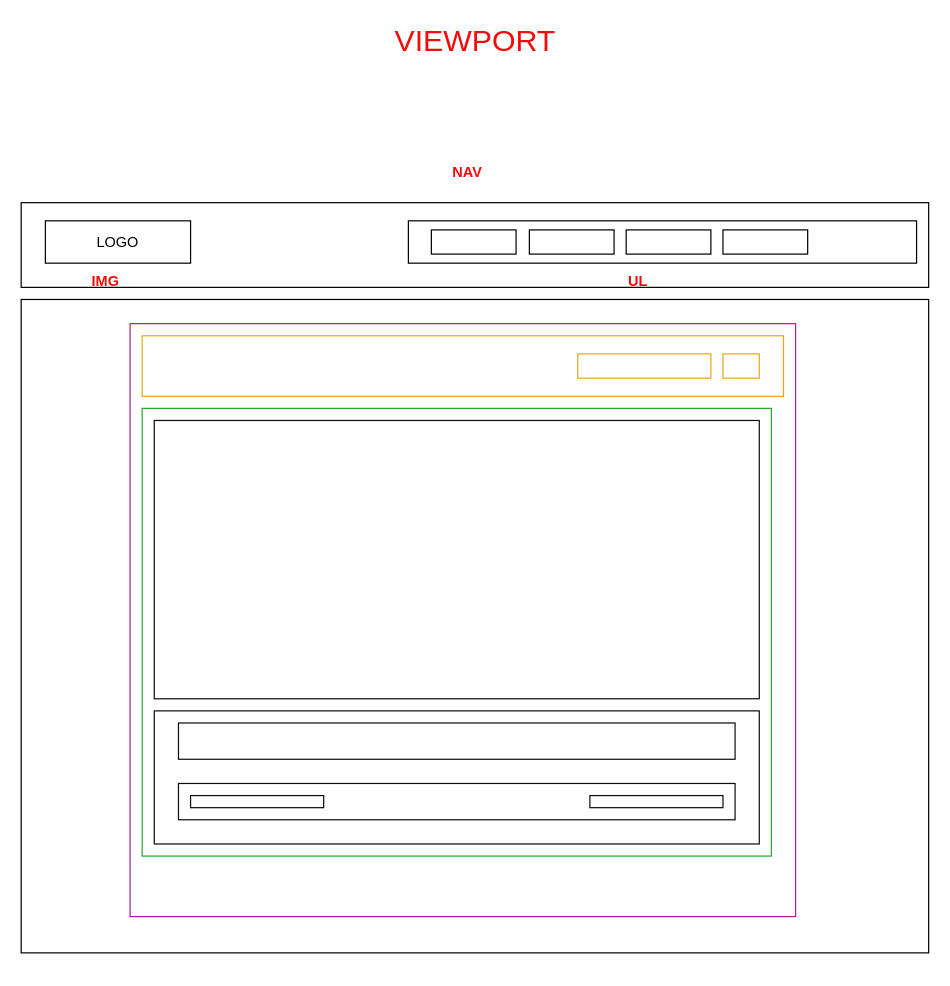
The draw.io diagram 01 HTML Y CSS/05 platzi demo/Diagrama sin título.drawio in ManGuevara/dw2023-1, before the edit. Source tidied: cells renumbered, new cells numbered last; positions are measured from the earlier drawing's top-left corner, leaving out a move shared by most shapes. Both pictures are drawn from the tidied source at 121%, with x=0, y=0 at pixel (21, 21).
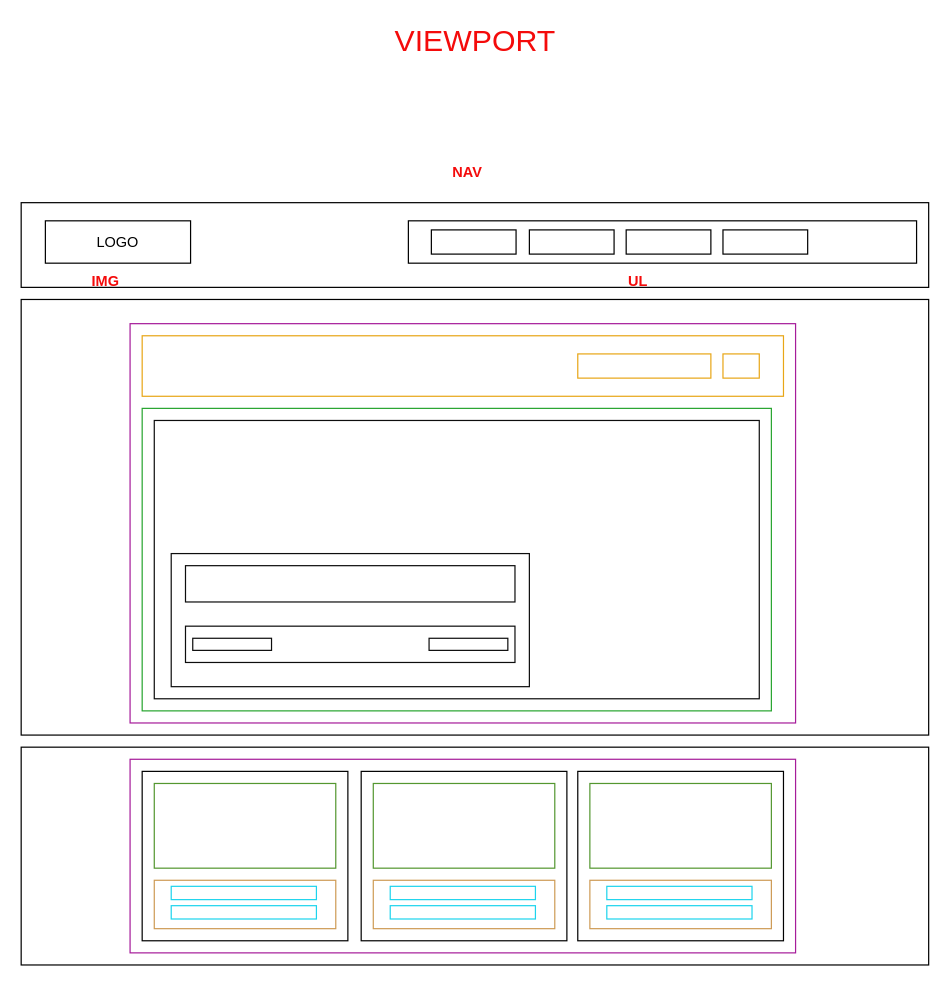
The same diagram, later.

The edit, as a diff of the source:
```diff
@@
     <mxCell id="13" style="rounded=0;whiteSpace=wrap;html=1;" parent="1" vertex="1">
-      <mxGeometry y="230" width="750" height="540" as="geometry" />
+      <mxGeometry y="230" width="750" height="360" as="geometry" />
     </mxCell>
     <mxCell id="14" style="rounded=0;whiteSpace=wrap;html=1;strokeColor=#a61c9a;" parent="1" vertex="1">
-      <mxGeometry x="90" y="250" width="550" height="490" as="geometry" />
+      <mxGeometry x="90" y="250" width="550" height="330" as="geometry" />
     </mxCell>
@@
     <mxCell id="18" style="rounded=0;whiteSpace=wrap;html=1;strokeColor=#27a52f;" parent="1" vertex="1">
-      <mxGeometry x="100" y="320" width="520" height="370" as="geometry" />
+      <mxGeometry x="100" y="320" width="520" height="250" as="geometry" />
     </mxCell>
@@
+    <mxCell id="26" style="group;" parent="1" vertex="1">
+      <mxGeometry x="124" y="440" width="296" height="110" as="geometry" />
+    </mxCell>
-    <mxCell id="20" style="group;" parent="1" vertex="1">
-      <mxGeometry x="110" y="570" width="500" height="110" as="geometry" />
+    <mxCell id="20" style="group;" parent="26" vertex="1">
+      <mxGeometry width="296" height="110" as="geometry" />
     </mxCell>
     <mxCell id="21" style="rounded=0;whiteSpace=wrap;html=1;strokeColor=#0d0d0d;" parent="20" vertex="1">
-      <mxGeometry width="500" height="110" as="geometry" />
+      <mxGeometry width="296" height="110" as="geometry" />
     </mxCell>
     <mxCell id="22" style="rounded=0;whiteSpace=wrap;html=1;strokeColor=#0d0d0d;" parent="20" vertex="1">
-      <mxGeometry x="20" y="10" width="460" height="30" as="geometry" />
+      <mxGeometry x="11.8" y="10" width="272.3" height="30" as="geometry" />
     </mxCell>
     <mxCell id="23" style="rounded=0;whiteSpace=wrap;html=1;strokeColor=#0d0d0d;" parent="20" vertex="1">
-      <mxGeometry x="20" y="60" width="460" height="30" as="geometry" />
+      <mxGeometry x="11.8" y="60" width="272.3" height="30" as="geometry" />
     </mxCell>
     <mxCell id="24" style="rounded=0;whiteSpace=wrap;html=1;strokeColor=#0d0d0d;" parent="20" vertex="1">
-      <mxGeometry x="360" y="70" width="110" height="10" as="geometry" />
+      <mxGeometry x="213.1" y="70" width="65.1" height="10" as="geometry" />
     </mxCell>
-    <mxCell id="25" style="rounded=0;whiteSpace=wrap;html=1;strokeColor=#0d0d0d;" parent="1" vertex="1">
-      <mxGeometry x="140" y="640" width="110" height="10" as="geometry" />
+    <mxCell id="25" style="rounded=0;whiteSpace=wrap;html=1;strokeColor=#0d0d0d;" parent="26" vertex="1">
+      <mxGeometry x="17.8" y="70" width="65.1" height="10" as="geometry" />
     </mxCell>
+    <mxCell id="27" style="rounded=0;whiteSpace=wrap;html=1;" parent="1" vertex="1">
+      <mxGeometry y="600" width="750" height="180" as="geometry" />
+    </mxCell>
+    <mxCell id="28" style="rounded=0;whiteSpace=wrap;html=1;strokeColor=#a61c9a;" parent="1" vertex="1">
+      <mxGeometry x="90" y="610" width="550" height="160" as="geometry" />
+    </mxCell>
+    <mxCell id="29" style="group;" parent="1" vertex="1">
+      <mxGeometry x="100" y="620" width="170" height="140" as="geometry" />
+    </mxCell>
+    <mxCell id="30" style="group;" parent="29" vertex="1">
+      <mxGeometry width="170" height="140" as="geometry" />
+    </mxCell>
+    <mxCell id="31" style="rounded=0;whiteSpace=wrap;html=1;" parent="30" vertex="1">
+      <mxGeometry width="170" height="140" as="geometry" />
+    </mxCell>
+    <mxCell id="32" style="rounded=0;whiteSpace=wrap;html=1;strokeColor=#549730;" parent="30" vertex="1">
+      <mxGeometry x="10" y="10" width="150" height="70" as="geometry" />
+    </mxCell>
+    <mxCell id="33" style="rounded=0;whiteSpace=wrap;html=1;strokeColor=#ce9b55;" parent="30" vertex="1">
+      <mxGeometry x="10" y="90" width="150" height="40" as="geometry" />
+    </mxCell>
+    <mxCell id="34" style="rounded=0;whiteSpace=wrap;html=1;strokeColor=#1dd4ed;" parent="30" vertex="1">
+      <mxGeometry x="24" y="95" width="120" height="11" as="geometry" />
+    </mxCell>
+    <mxCell id="35" style="rounded=0;whiteSpace=wrap;html=1;strokeColor=#1dd4ed;" parent="30" vertex="1">
+      <mxGeometry x="24" y="111" width="120" height="11" as="geometry" />
+    </mxCell>
+    <mxCell id="36" style="group;" parent="1" vertex="1">
+      <mxGeometry x="281" y="620" width="170" height="140" as="geometry" />
+    </mxCell>
+    <mxCell id="37" style="group;" parent="36" vertex="1">
+      <mxGeometry width="170" height="140" as="geometry" />
+    </mxCell>
+    <mxCell id="38" style="rounded=0;whiteSpace=wrap;html=1;" parent="37" vertex="1">
+      <mxGeometry width="170" height="140" as="geometry" />
+    </mxCell>
+    <mxCell id="39" style="rounded=0;whiteSpace=wrap;html=1;strokeColor=#549730;" parent="37" vertex="1">
+      <mxGeometry x="10" y="10" width="150" height="70" as="geometry" />
+    </mxCell>
+    <mxCell id="40" style="rounded=0;whiteSpace=wrap;html=1;strokeColor=#ce9b55;" parent="37" vertex="1">
+      <mxGeometry x="10" y="90" width="150" height="40" as="geometry" />
+    </mxCell>
+    <mxCell id="41" style="rounded=0;whiteSpace=wrap;html=1;strokeColor=#1dd4ed;" parent="37" vertex="1">
+      <mxGeometry x="24" y="95" width="120" height="11" as="geometry" />
+    </mxCell>
+    <mxCell id="42" style="rounded=0;whiteSpace=wrap;html=1;strokeColor=#1dd4ed;" parent="37" vertex="1">
+      <mxGeometry x="24" y="111" width="120" height="11" as="geometry" />
+    </mxCell>
+    <mxCell id="43" style="group;" parent="1" vertex="1">
+      <mxGeometry x="460" y="620" width="170" height="140" as="geometry" />
+    </mxCell>
+    <mxCell id="44" style="group;" parent="43" vertex="1">
+      <mxGeometry width="170" height="140" as="geometry" />
+    </mxCell>
+    <mxCell id="45" style="rounded=0;whiteSpace=wrap;html=1;" parent="44" vertex="1">
+      <mxGeometry width="170" height="140" as="geometry" />
+    </mxCell>
+    <mxCell id="46" style="rounded=0;whiteSpace=wrap;html=1;strokeColor=#549730;" parent="44" vertex="1">
+      <mxGeometry x="10" y="10" width="150" height="70" as="geometry" />
+    </mxCell>
+    <mxCell id="47" style="rounded=0;whiteSpace=wrap;html=1;strokeColor=#ce9b55;" parent="44" vertex="1">
+      <mxGeometry x="10" y="90" width="150" height="40" as="geometry" />
+    </mxCell>
+    <mxCell id="48" style="rounded=0;whiteSpace=wrap;html=1;strokeColor=#1dd4ed;" parent="44" vertex="1">
+      <mxGeometry x="24" y="95" width="120" height="11" as="geometry" />
+    </mxCell>
+    <mxCell id="49" style="rounded=0;whiteSpace=wrap;html=1;strokeColor=#1dd4ed;" parent="44" vertex="1">
+      <mxGeometry x="24" y="111" width="120" height="11" as="geometry" />
+    </mxCell>
```
